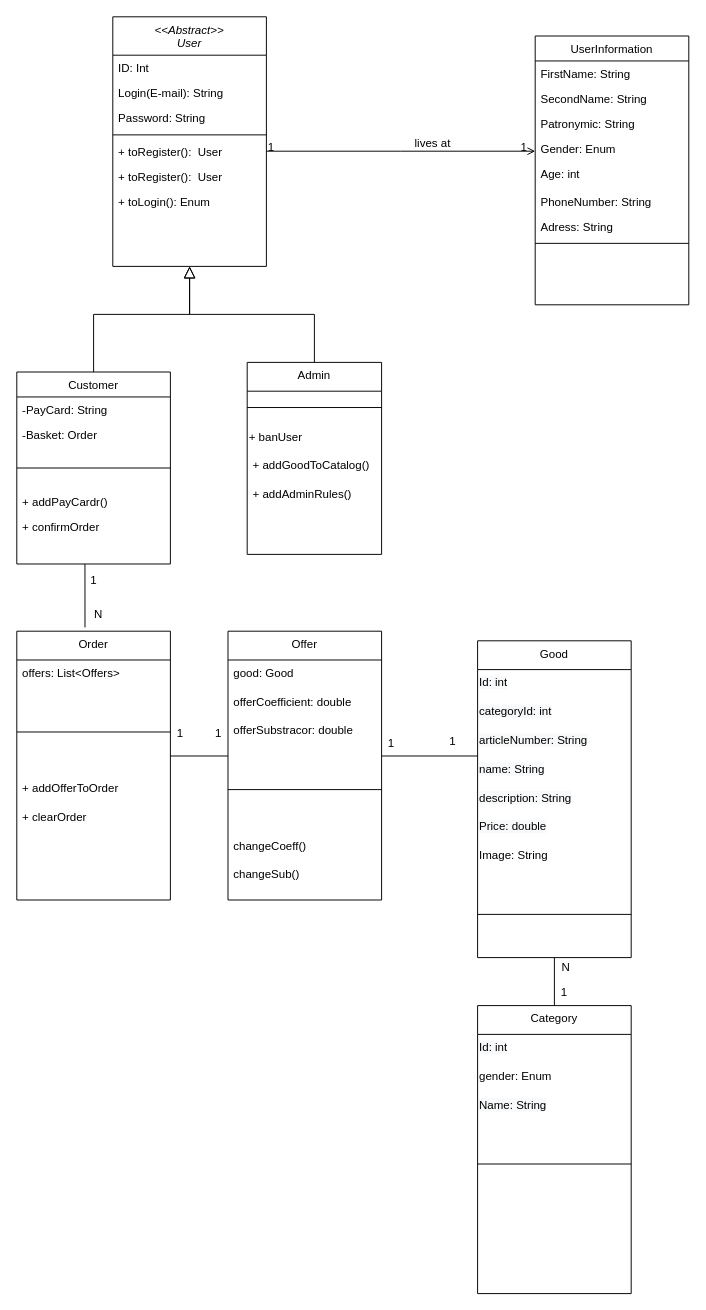
This is Untitled Diagram.drawio from black20lion/SakhokiyaNCGrduateProject, a draw.io file, before an edit. Source tidied: cells renumbered, new cells numbered last; positions are measured from the earlier drawing's top-left corner, leaving out a move shared by most shapes. Both pictures are drawn from the tidied source at 96%, with x=0, y=0 at pixel (16, 16).
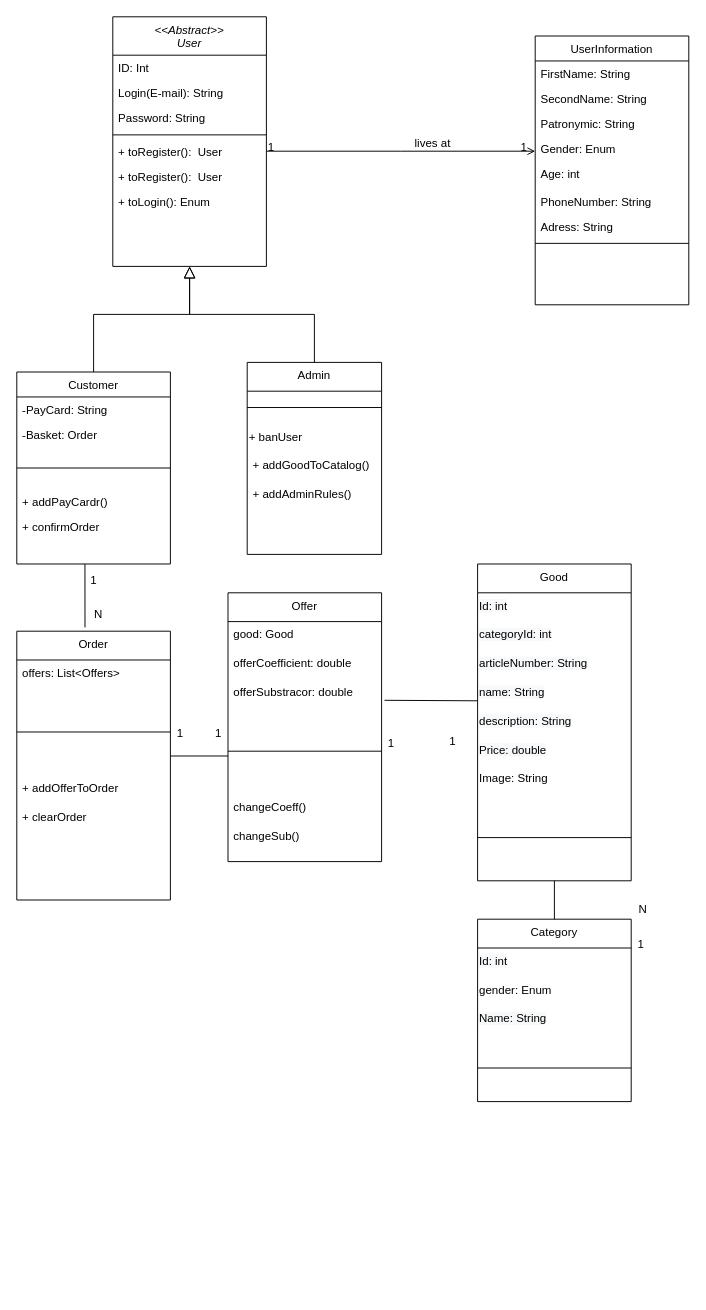
The same page after the edit.

The change refers to these unchanged cells:
```xml
<mxCell id="47" value="offerSubstracor: double" style="text;align=left;verticalAlign=top;spacingLeft=4;spacingRight=4;overflow=hidden;points=[[0,0.5],[1,0.5]];portConstraint=eastwest;" parent="44" vertex="1">
  <mxGeometry y="90" width="160" height="30" as="geometry" />
</mxCell>
<mxCell id="66" value="&lt;span style=&quot;color: rgb(0, 0, 0); font-family: helvetica; font-size: 12px; font-style: normal; font-weight: 400; letter-spacing: normal; text-align: left; text-indent: 0px; text-transform: none; word-spacing: 0px; background-color: rgb(248, 249, 250); display: inline; float: none;&quot;&gt;name: String&lt;/span&gt;" style="text;whiteSpace=wrap;html=1;" parent="62" vertex="1">
  <mxGeometry y="120" width="160" height="30" as="geometry" />
</mxCell>
```

What changed in the source:
```diff
@@
     <mxCell id="44" value="Offer" style="swimlane;fontStyle=0;align=center;verticalAlign=top;horizontal=1;startSize=30;rounded=0;shadow=0;strokeWidth=1;" parent="1" vertex="1">
-      <mxGeometry x="220" y="640" width="160" height="280" as="geometry" />
+      <mxGeometry x="220" y="600" width="160" height="280" as="geometry" />
     </mxCell>
@@
     <mxCell id="52" value="Category" style="swimlane;fontStyle=0;align=center;verticalAlign=top;horizontal=1;startSize=30;rounded=0;shadow=0;strokeWidth=1;" parent="1" vertex="1">
-      <mxGeometry x="480" y="1030" width="160" height="300" as="geometry" />
+      <mxGeometry x="480" y="940" width="160" height="190" as="geometry" />
     </mxCell>
@@
     <mxCell id="56" style="line;html=1;strokeWidth=1;align=left;verticalAlign=middle;spacingTop=-1;spacingLeft=3;spacingRight=3;labelPosition=right;" parent="52" vertex="1">
-      <mxGeometry y="120" width="160" height="90" as="geometry" />
+      <mxGeometry y="120" width="160" height="70" as="geometry" />
     </mxCell>
-    <mxCell id="57" style="endArrow=none;html=1;rounded=0;entryX=0;entryY=0;entryDx=0;entryDy=0;" parent="1" edge="1" target="66">
-      <mxGeometry relative="1" as="geometry">
-        <mxPoint x="380" y="770" as="sourcePoint" />
-      </mxGeometry>
+    <mxCell id="57" style="endArrow=none;html=1;rounded=0;entryX=0;entryY=0.75;entryDx=0;entryDy=0;exitX=1.019;exitY=0.733;exitDx=0;exitDy=0;exitPerimeter=0;" parent="1" edge="1" source="47" target="66">
+      <mxGeometry relative="1" as="geometry" />
     </mxCell>
@@
     <mxCell id="62" value="Good" style="swimlane;fontStyle=0;align=center;verticalAlign=top;horizontal=1;startSize=30;rounded=0;shadow=0;strokeWidth=1;" parent="1" vertex="1">
-      <mxGeometry x="480" y="650" width="160" height="330" as="geometry" />
+      <mxGeometry x="480" y="570" width="160" height="330" as="geometry" />
     </mxCell>
@@
     <mxCell id="72" value="1" style="align=left;verticalAlign=bottom;labelBackgroundColor=none;fontSize=12;" parent="1" vertex="1">
-      <mxGeometry x="560" y="1030" as="geometry">
+      <mxGeometry x="640" y="980" as="geometry">
         <mxPoint x="5" y="-5" as="offset" />
       </mxGeometry>
     </mxCell>
     <mxCell id="73" value="N" style="align=left;verticalAlign=bottom;labelBackgroundColor=none;fontSize=12;" parent="1" vertex="1">
-      <mxGeometry x="110" y="630" as="geometry">
+      <mxGeometry x="190" y="570" as="geometry">
         <mxPoint x="456" y="368" as="offset" />
       </mxGeometry>
     </mxCell>
```
